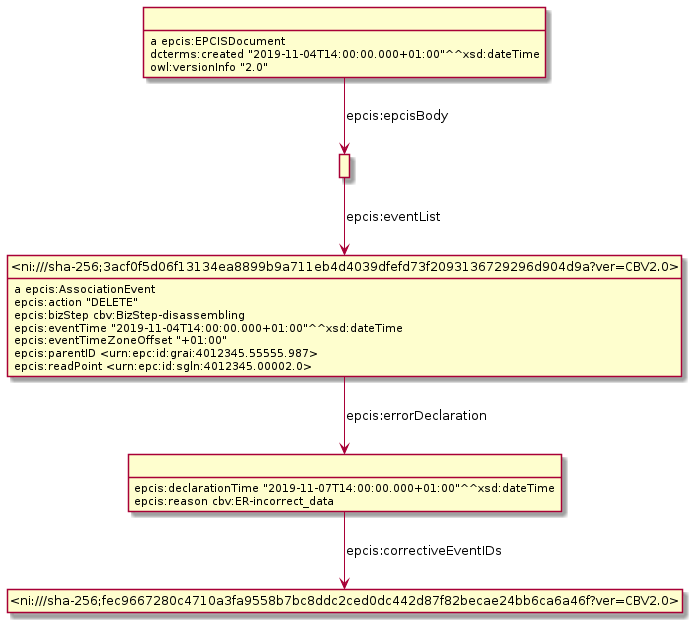
This is Diagrams/AssociationEvent/AssociationEvent-g.png from gs1/EPCIS, a PlantUML export, as it was before one commit. The source it was exported from:
```plantuml
@startuml
hide empty methods
hide empty attributes
hide circle
skinparam classAttributeIconSize 0
class _ni_sha_256_3acf0f5d06f13134ea8899b9a711eb4d4039dfefd73f2093136729296d904d9a_ver_CBV2_0_ as "<ni:///sha-256;3acf0f5d06f13134ea8899b9a711eb4d4039dfefd73f2093136729296d904d9a?ver=CBV2.0>"
_ni_sha_256_3acf0f5d06f13134ea8899b9a711eb4d4039dfefd73f2093136729296d904d9a_ver_CBV2_0_ : a epcis:AssociationEvent
class _r1631889725r2_ as " "
_ni_sha_256_3acf0f5d06f13134ea8899b9a711eb4d4039dfefd73f2093136729296d904d9a_ver_CBV2_0_ -down-> _r1631889725r2_ : epcis:errorDeclaration
_ni_sha_256_3acf0f5d06f13134ea8899b9a711eb4d4039dfefd73f2093136729296d904d9a_ver_CBV2_0_ : epcis:action "DELETE"
_ni_sha_256_3acf0f5d06f13134ea8899b9a711eb4d4039dfefd73f2093136729296d904d9a_ver_CBV2_0_ : epcis:bizStep cbv:BizStep-disassembling
_ni_sha_256_3acf0f5d06f13134ea8899b9a711eb4d4039dfefd73f2093136729296d904d9a_ver_CBV2_0_ : epcis:eventTime "2019-11-04T14:00:00.000+01:00"^^xsd:dateTime
_ni_sha_256_3acf0f5d06f13134ea8899b9a711eb4d4039dfefd73f2093136729296d904d9a_ver_CBV2_0_ : epcis:eventTimeZoneOffset "+01:00"
_ni_sha_256_3acf0f5d06f13134ea8899b9a711eb4d4039dfefd73f2093136729296d904d9a_ver_CBV2_0_ : epcis:parentID <urn:epc:id:grai:4012345.55555.987>
_ni_sha_256_3acf0f5d06f13134ea8899b9a711eb4d4039dfefd73f2093136729296d904d9a_ver_CBV2_0_ : epcis:readPoint <urn:epc:id:sgln:4012345.00002.0>
class _r1631889725r1_ as " "
_r1631889725r1_ -down-> _ni_sha_256_3acf0f5d06f13134ea8899b9a711eb4d4039dfefd73f2093136729296d904d9a_ver_CBV2_0_ : epcis:eventList
class _ni_sha_256_fec9667280c4710a3fa9558b7bc8ddc2ced0dc442d87f82becae24bb6ca6a46f_ver_CBV2_0_ as "<ni:///sha-256;fec9667280c4710a3fa9558b7bc8ddc2ced0dc442d87f82becae24bb6ca6a46f?ver=CBV2.0>"
_r1631889725r2_ -down-> _ni_sha_256_fec9667280c4710a3fa9558b7bc8ddc2ced0dc442d87f82becae24bb6ca6a46f_ver_CBV2_0_ : epcis:correctiveEventIDs
_r1631889725r2_ : epcis:declarationTime "2019-11-07T14:00:00.000+01:00"^^xsd:dateTime
_r1631889725r2_ : epcis:reason cbv:ER-incorrect_data
class _r1631889725r0_ as " "
_r1631889725r0_ : a epcis:EPCISDocument
_r1631889725r0_ -down-> _r1631889725r1_ : epcis:epcisBody
_r1631889725r0_ : dcterms:created "2019-11-04T14:00:00.000+01:00"^^xsd:dateTime
_r1631889725r0_ : owl:versionInfo "2.0"
@enduml
```
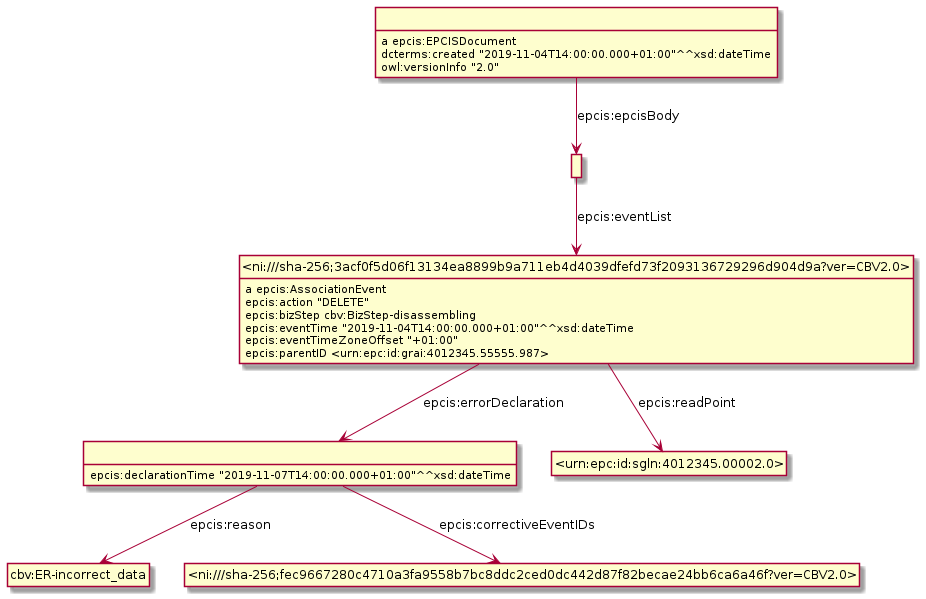
After the commit.

What changed in the source:
```diff
@@ -3,25 +3,27 @@
 hide empty attributes
 hide circle
 skinparam classAttributeIconSize 0
+class _r1632232175r2_ as " "
+class cbv_ER_incorrect_data as "cbv:ER-incorrect_data"
+_r1632232175r2_ -down-> cbv_ER_incorrect_data : epcis:reason
+class _ni_sha_256_fec9667280c4710a3fa9558b7bc8ddc2ced0dc442d87f82becae24bb6ca6a46f_ver_CBV2_0_ as "<ni:///sha-256;fec9667280c4710a3fa9558b7bc8ddc2ced0dc442d87f82becae24bb6ca6a46f?ver=CBV2.0>"
+_r1632232175r2_ -down-> _ni_sha_256_fec9667280c4710a3fa9558b7bc8ddc2ced0dc442d87f82becae24bb6ca6a46f_ver_CBV2_0_ : epcis:correctiveEventIDs
+_r1632232175r2_ : epcis:declarationTime "2019-11-07T14:00:00.000+01:00"^^xsd:dateTime
+class _r1632232175r1_ as " "
 class _ni_sha_256_3acf0f5d06f13134ea8899b9a711eb4d4039dfefd73f2093136729296d904d9a_ver_CBV2_0_ as "<ni:///sha-256;3acf0f5d06f13134ea8899b9a711eb4d4039dfefd73f2093136729296d904d9a?ver=CBV2.0>"
+_r1632232175r1_ -down-> _ni_sha_256_3acf0f5d06f13134ea8899b9a711eb4d4039dfefd73f2093136729296d904d9a_ver_CBV2_0_ : epcis:eventList
 _ni_sha_256_3acf0f5d06f13134ea8899b9a711eb4d4039dfefd73f2093136729296d904d9a_ver_CBV2_0_ : a epcis:AssociationEvent
-class _r1631889725r2_ as " "
-_ni_sha_256_3acf0f5d06f13134ea8899b9a711eb4d4039dfefd73f2093136729296d904d9a_ver_CBV2_0_ -down-> _r1631889725r2_ : epcis:errorDeclaration
+class _urn_epc_id_sgln_4012345_00002_0_ as "<urn:epc:id:sgln:4012345.00002.0>"
+_ni_sha_256_3acf0f5d06f13134ea8899b9a711eb4d4039dfefd73f2093136729296d904d9a_ver_CBV2_0_ -down-> _urn_epc_id_sgln_4012345_00002_0_ : epcis:readPoint
+_ni_sha_256_3acf0f5d06f13134ea8899b9a711eb4d4039dfefd73f2093136729296d904d9a_ver_CBV2_0_ -down-> _r1632232175r2_ : epcis:errorDeclaration
 _ni_sha_256_3acf0f5d06f13134ea8899b9a711eb4d4039dfefd73f2093136729296d904d9a_ver_CBV2_0_ : epcis:action "DELETE"
 _ni_sha_256_3acf0f5d06f13134ea8899b9a711eb4d4039dfefd73f2093136729296d904d9a_ver_CBV2_0_ : epcis:bizStep cbv:BizStep-disassembling
 _ni_sha_256_3acf0f5d06f13134ea8899b9a711eb4d4039dfefd73f2093136729296d904d9a_ver_CBV2_0_ : epcis:eventTime "2019-11-04T14:00:00.000+01:00"^^xsd:dateTime
 _ni_sha_256_3acf0f5d06f13134ea8899b9a711eb4d4039dfefd73f2093136729296d904d9a_ver_CBV2_0_ : epcis:eventTimeZoneOffset "+01:00"
 _ni_sha_256_3acf0f5d06f13134ea8899b9a711eb4d4039dfefd73f2093136729296d904d9a_ver_CBV2_0_ : epcis:parentID <urn:epc:id:grai:4012345.55555.987>
-_ni_sha_256_3acf0f5d06f13134ea8899b9a711eb4d4039dfefd73f2093136729296d904d9a_ver_CBV2_0_ : epcis:readPoint <urn:epc:id:sgln:4012345.00002.0>
-class _r1631889725r1_ as " "
-_r1631889725r1_ -down-> _ni_sha_256_3acf0f5d06f13134ea8899b9a711eb4d4039dfefd73f2093136729296d904d9a_ver_CBV2_0_ : epcis:eventList
-class _ni_sha_256_fec9667280c4710a3fa9558b7bc8ddc2ced0dc442d87f82becae24bb6ca6a46f_ver_CBV2_0_ as "<ni:///sha-256;fec9667280c4710a3fa9558b7bc8ddc2ced0dc442d87f82becae24bb6ca6a46f?ver=CBV2.0>"
-_r1631889725r2_ -down-> _ni_sha_256_fec9667280c4710a3fa9558b7bc8ddc2ced0dc442d87f82becae24bb6ca6a46f_ver_CBV2_0_ : epcis:correctiveEventIDs
-_r1631889725r2_ : epcis:declarationTime "2019-11-07T14:00:00.000+01:00"^^xsd:dateTime
-_r1631889725r2_ : epcis:reason cbv:ER-incorrect_data
-class _r1631889725r0_ as " "
-_r1631889725r0_ : a epcis:EPCISDocument
-_r1631889725r0_ -down-> _r1631889725r1_ : epcis:epcisBody
-_r1631889725r0_ : dcterms:created "2019-11-04T14:00:00.000+01:00"^^xsd:dateTime
-_r1631889725r0_ : owl:versionInfo "2.0"
+class _r1632232175r0_ as " "
+_r1632232175r0_ : a epcis:EPCISDocument
+_r1632232175r0_ -down-> _r1632232175r1_ : epcis:epcisBody
+_r1632232175r0_ : dcterms:created "2019-11-04T14:00:00.000+01:00"^^xsd:dateTime
+_r1632232175r0_ : owl:versionInfo "2.0"
 @enduml
```
